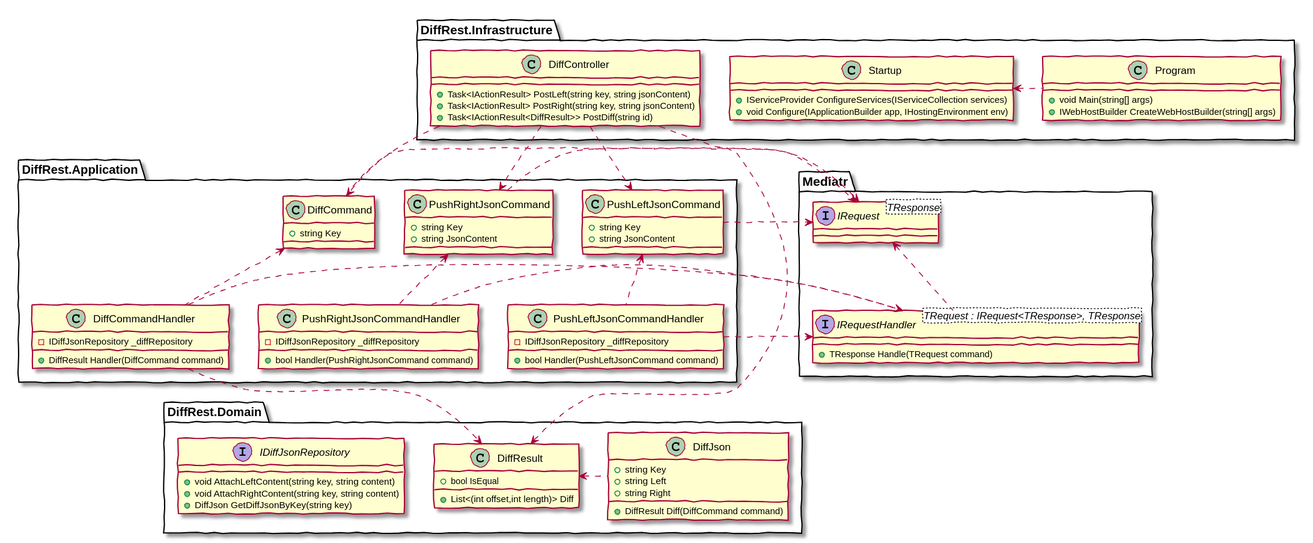
Above: docs/diagrams/package.svg in mvsouza/JsonDiffer (PlantUML), before the change. The source it was exported from:
```plantuml
@startuml
skinparam Handwritten true
class DiffRest.Infrastructure.DiffController{
    +Task<IActionResult> PostLeft(string key, string jsonContent)
    +Task<IActionResult> PostRight(string key, string jsonContent)
    +Task<IActionResult<DiffResult>> PostDiff(string id)
}
class DiffRest.Infrastructure.Program{
    +void Main(string[] args)
    +IWebHostBuilder CreateWebHostBuilder(string[] args)
}
class DiffRest.Infrastructure.Startup{
    +IServiceProvider ConfigureServices(IServiceCollection services)
    +void Configure(IApplicationBuilder app, IHostingEnvironment env)
}
class DiffRest.Application.PushLeftJsonCommand{
    +string Key
    +string JsonContent
}
class DiffRest.Application.PushRightJsonCommand{
    +string Key
    +string JsonContent
}
class DiffRest.Application.DiffCommand{
    +string Key
}
class DiffRest.Application.PushLeftJsonCommandHandler{
    -IDiffJsonRepository _diffRepository
    +bool Handler(PushLeftJsonCommand command)
}
class DiffRest.Application.PushRightJsonCommandHandler{
    -IDiffJsonRepository _diffRepository
    +bool Handler(PushRightJsonCommand command)
}
class DiffRest.Application.DiffCommandHandler{
    -IDiffJsonRepository _diffRepository
    +DiffResult Handler(DiffCommand command)
}
interface DiffRest.Domain.IDiffJsonRepository{
    +void AttachLeftContent(string key, string content)
    +void AttachRightContent(string key, string content)
    +DiffJson GetDiffJsonByKey(string key)
}
class DiffRest.Domain.DiffJson{
    +string Key
    +string Left
    +string Right
    +DiffResult Diff(DiffCommand command)
}
class DiffRest.Domain.DiffResult{
    +bool IsEqual
    +List<(int offset,int length)> Diff
}
interface Mediatr.IRequest<TResponse>{
}
interface Mediatr.IRequestHandler<TRequest : IRequest<TResponse>, TResponse>{
    +TResponse Handle(TRequest command)
}
DiffRest.Application.PushLeftJsonCommand <.down. DiffRest.Infrastructure.DiffController
DiffRest.Application.PushRightJsonCommand <.down. DiffRest.Infrastructure.DiffController
DiffRest.Application.DiffCommand <.down. DiffRest.Infrastructure.DiffController

DiffRest.Application.PushLeftJsonCommand .right.> Mediatr.IRequest
DiffRest.Application.PushRightJsonCommand .right.> Mediatr.IRequest
DiffRest.Application.DiffCommand .right.> Mediatr.IRequest


DiffRest.Application.PushLeftJsonCommandHandler .up.> DiffRest.Application.PushLeftJsonCommand
DiffRest.Application.PushRightJsonCommandHandler .up.> DiffRest.Application.PushRightJsonCommand
DiffRest.Application.DiffCommandHandler .up.> DiffRest.Application.DiffCommand

DiffRest.Application.PushLeftJsonCommandHandler .right.> Mediatr.IRequestHandler
DiffRest.Application.PushRightJsonCommandHandler .right.> Mediatr.IRequestHandler
DiffRest.Application.DiffCommandHandler .right.> Mediatr.IRequestHandler

Mediatr.IRequestHandler .up.>  Mediatr.IRequest

DiffRest.Infrastructure.DiffController .down.> DiffRest.Domain.DiffResult
DiffRest.Application.DiffCommandHandler .down.> DiffRest.Domain.DiffResult

DiffRest.Domain.DiffJson .left.> DiffRest.Domain.DiffResult
DiffRest.Infrastructure.Program .left.> DiffRest.Infrastructure.Startup

@enduml
```
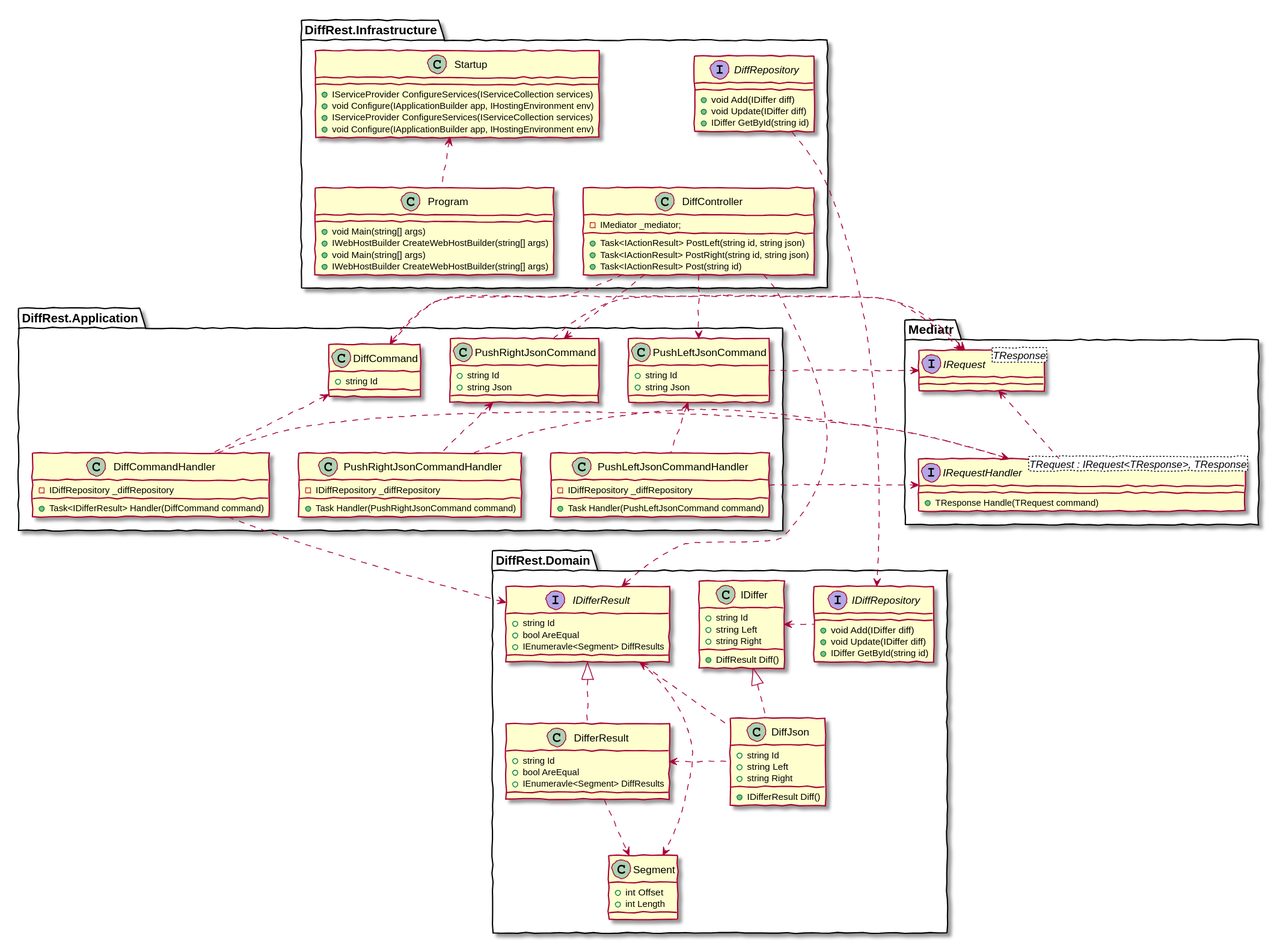
The same file after the commit.

Commit message:
Reviewed diagram.

What changed in the source:
```diff
@@ -1,9 +1,18 @@
 @startuml
 skinparam Handwritten true
+class DiffRest.Infrastructure.Program{
+    +void Main(string[] args)
+    +IWebHostBuilder CreateWebHostBuilder(string[] args)
+}
+class DiffRest.Infrastructure.Startup{
+    +IServiceProvider ConfigureServices(IServiceCollection services)
+    +void Configure(IApplicationBuilder app, IHostingEnvironment env)
+}
 class DiffRest.Infrastructure.DiffController{
-    +Task<IActionResult> PostLeft(string key, string jsonContent)
-    +Task<IActionResult> PostRight(string key, string jsonContent)
-    +Task<IActionResult<DiffResult>> PostDiff(string id)
+    -IMediator _mediator;
+    +Task<IActionResult> PostLeft(string id, string json)
+    +Task<IActionResult> PostRight(string id, string json)
+    +Task<IActionResult> Post(string id)
 }
 class DiffRest.Infrastructure.Program{
     +void Main(string[] args)
@@ -13,49 +22,73 @@
     +IServiceProvider ConfigureServices(IServiceCollection services)
     +void Configure(IApplicationBuilder app, IHostingEnvironment env)
 }
+interface DiffRest.Infrastructure.DiffRepository{
+    +void Add(IDiffer diff)
+    +void Update(IDiffer diff)
+    +IDiffer GetById(string id)
+}
 class DiffRest.Application.PushLeftJsonCommand{
-    +string Key
-    +string JsonContent
+    +string Id
+    +string Json
 }
 class DiffRest.Application.PushRightJsonCommand{
-    +string Key
-    +string JsonContent
+    +string Id
+    +string Json
 }
 class DiffRest.Application.DiffCommand{
-    +string Key
+    +string Id
 }
 class DiffRest.Application.PushLeftJsonCommandHandler{
-    -IDiffJsonRepository _diffRepository
-    +bool Handler(PushLeftJsonCommand command)
+    -IDiffRepository _diffRepository
+    +Task Handler(PushLeftJsonCommand command)
 }
 class DiffRest.Application.PushRightJsonCommandHandler{
-    -IDiffJsonRepository _diffRepository
-    +bool Handler(PushRightJsonCommand command)
+    -IDiffRepository _diffRepository
+    +Task Handler(PushRightJsonCommand command)
 }
 class DiffRest.Application.DiffCommandHandler{
-    -IDiffJsonRepository _diffRepository
-    +DiffResult Handler(DiffCommand command)
+    -IDiffRepository _diffRepository
+    +Task<IDifferResult> Handler(DiffCommand command)
 }
-interface DiffRest.Domain.IDiffJsonRepository{
-    +void AttachLeftContent(string key, string content)
-    +void AttachRightContent(string key, string content)
-    +DiffJson GetDiffJsonByKey(string key)
+interface DiffRest.Domain.IDiffRepository{
+    +void Add(IDiffer diff)
+    +void Update(IDiffer diff)
+    +IDiffer GetById(string id)
+}
+class DiffRest.Domain.IDiffer{
+    +string Id
+    +string Left
+    +string Right
+    +DiffResult Diff()
 }
 class DiffRest.Domain.DiffJson{
-    +string Key
+    +string Id
     +string Left
     +string Right
-    +DiffResult Diff(DiffCommand command)
+    +IDifferResult Diff()
 }
-class DiffRest.Domain.DiffResult{
-    +bool IsEqual
-    +List<(int offset,int length)> Diff
+class DiffRest.Domain.DifferResult{
+    +string Id
+    +bool AreEqual
+    +IEnumeravle<Segment> DiffResults
+}
+interface DiffRest.Domain.IDifferResult{
+    +string Id
+    +bool AreEqual
+    +IEnumeravle<Segment> DiffResults
+}
+class DiffRest.Domain.Segment{
+    +int Offset
+    +int Length
 }
 interface Mediatr.IRequest<TResponse>{
 }
 interface Mediatr.IRequestHandler<TRequest : IRequest<TResponse>, TResponse>{
     +TResponse Handle(TRequest command)
 }
+
+
+
 DiffRest.Application.PushLeftJsonCommand <.down. DiffRest.Infrastructure.DiffController
 DiffRest.Application.PushRightJsonCommand <.down. DiffRest.Infrastructure.DiffController
 DiffRest.Application.DiffCommand <.down. DiffRest.Infrastructure.DiffController
@@ -75,10 +108,18 @@
 
 Mediatr.IRequestHandler .up.>  Mediatr.IRequest
 
-DiffRest.Infrastructure.DiffController .down.> DiffRest.Domain.DiffResult
-DiffRest.Application.DiffCommandHandler .down.> DiffRest.Domain.DiffResult
+DiffRest.Infrastructure.DiffController .down.> DiffRest.Domain.IDifferResult
+DiffRest.Application.DiffCommandHandler .down.> DiffRest.Domain.IDifferResult
 
-DiffRest.Domain.DiffJson .left.> DiffRest.Domain.DiffResult
-DiffRest.Infrastructure.Program .left.> DiffRest.Infrastructure.Startup
+DiffRest.Infrastructure.DiffRepository .down.> DiffRest.Domain.IDiffRepository
+DiffRest.Domain.IDiffRepository .left.> DiffRest.Domain.IDiffer
+DiffRest.Domain.DiffJson .left.> DiffRest.Domain.DifferResult
+DiffRest.Domain.DiffJson .up.> DiffRest.Domain.IDifferResult
+DiffRest.Domain.DiffJson .up.|> DiffRest.Domain.IDiffer
+DiffRest.Domain.DifferResult .up.|> DiffRest.Domain.IDifferResult
+DiffRest.Infrastructure.Program .up.> DiffRest.Infrastructure.Startup
+DiffRest.Infrastructure.Program -[hidden]> DiffRest.Infrastructure.DiffController
+DiffRest.Domain.IDifferResult ..> DiffRest.Domain.Segment
+DiffRest.Domain.DifferResult ..> DiffRest.Domain.Segment
 
 @enduml
```
